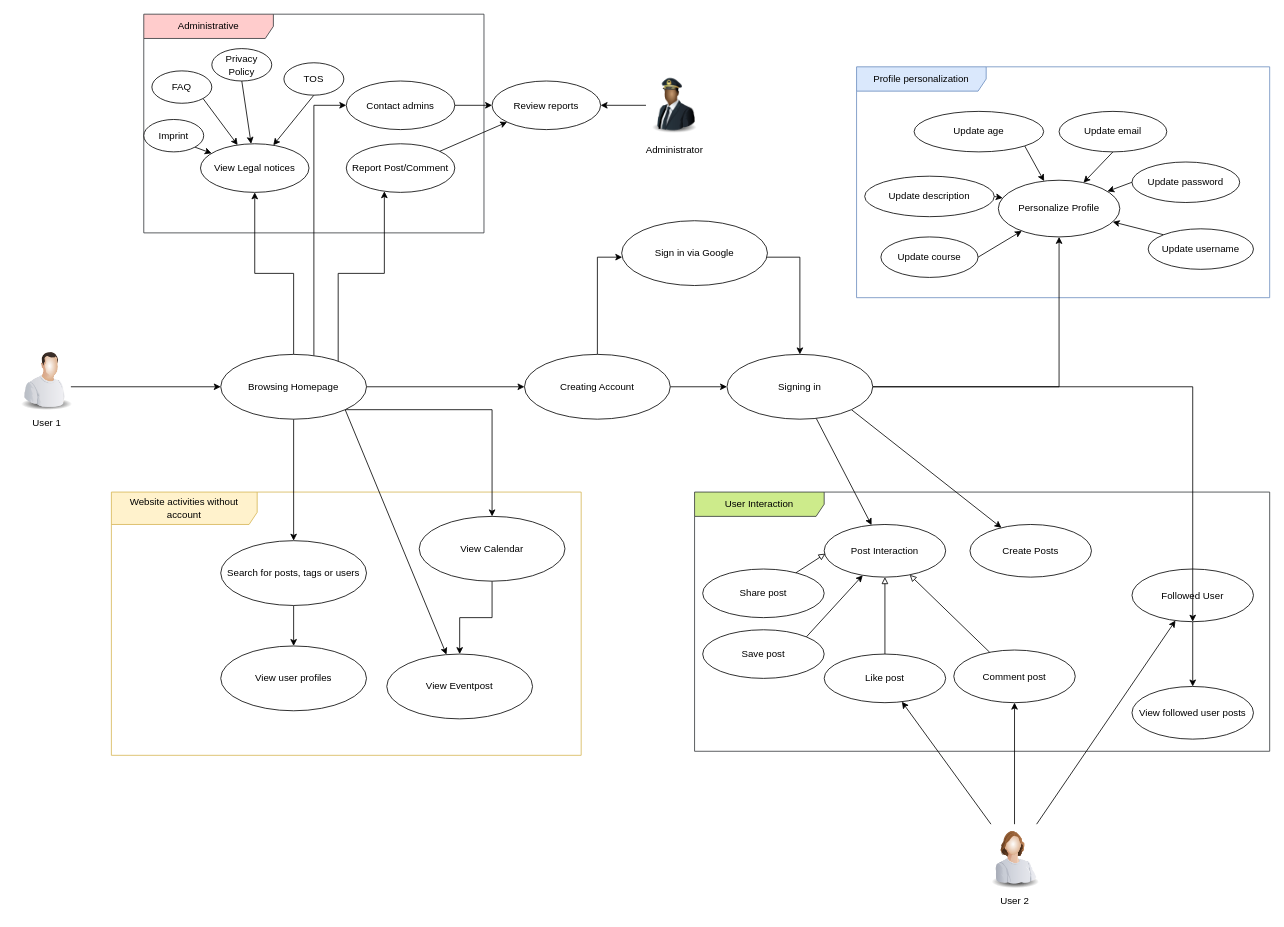
SE-TINF22B6/DHBWhub keeps this draw.io diagram as docs/diagrams/sources/UsecaseDiagramGeneral.drawio. Above is the earlier version. Source tidied: cells renumbered, new cells numbered last; positions are measured from the earlier drawing's top-left corner, leaving out a move shared by most shapes. Both pictures are drawn from the tidied source at 81%, with x=0, y=0 at pixel (14, 14).
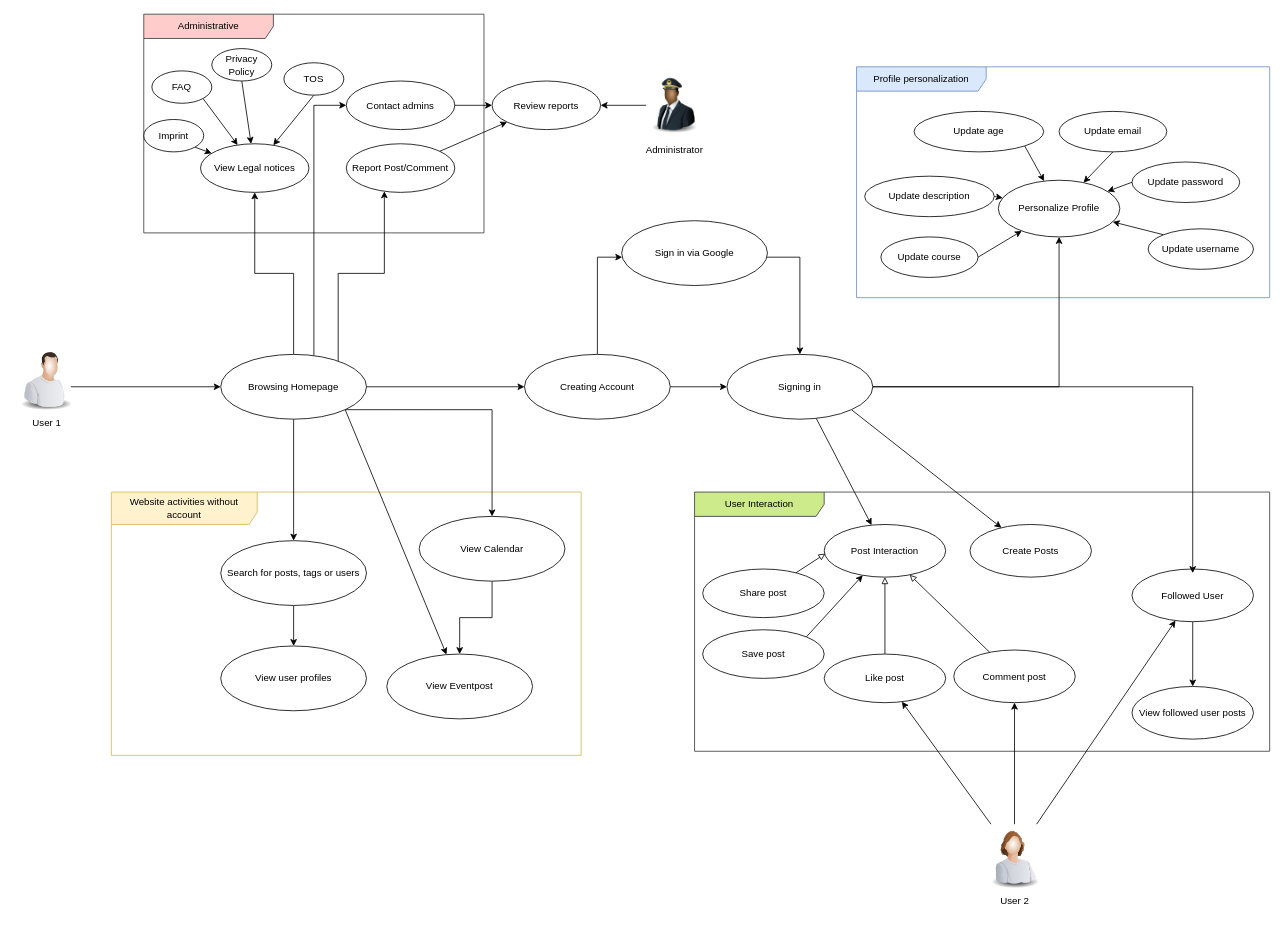
The same diagram, later.

The change refers to these unchanged cells:
```xml
<mxCell id="18" value="Followed User" style="ellipse;whiteSpace=wrap;html=1;" parent="16" vertex="1">
  <mxGeometry x="540" y="95" width="150" height="65" as="geometry" />
</mxCell>
<mxCell id="76" value="Signing in" style="ellipse;whiteSpace=wrap;html=1;" parent="1" vertex="1">
  <mxGeometry x="880" y="420" width="180" height="80" as="geometry" />
</mxCell>
```

Diff of the diagram source:
```diff
@@
-    <mxCell id="75" style="rounded=0;jettySize=auto;html=1;exitX=1;exitY=0.5;exitDx=0;exitDy=0;entryX=0.5;entryY=1;entryDx=0;entryDy=0;" parent="1" edge="1" source="76" target="18">
+    <mxCell id="75" style="rounded=0;jettySize=auto;html=1;exitX=1;exitY=0.5;exitDx=0;exitDy=0;entryX=0.5;entryY=0.077;entryDx=0;entryDy=0;entryPerimeter=0;" parent="1" edge="1" source="76" target="18">
       <mxGeometry relative="1" as="geometry">
         <Array as="points">
           <mxPoint x="1455" y="460" />
         </Array>
       </mxGeometry>
     </mxCell>
```
